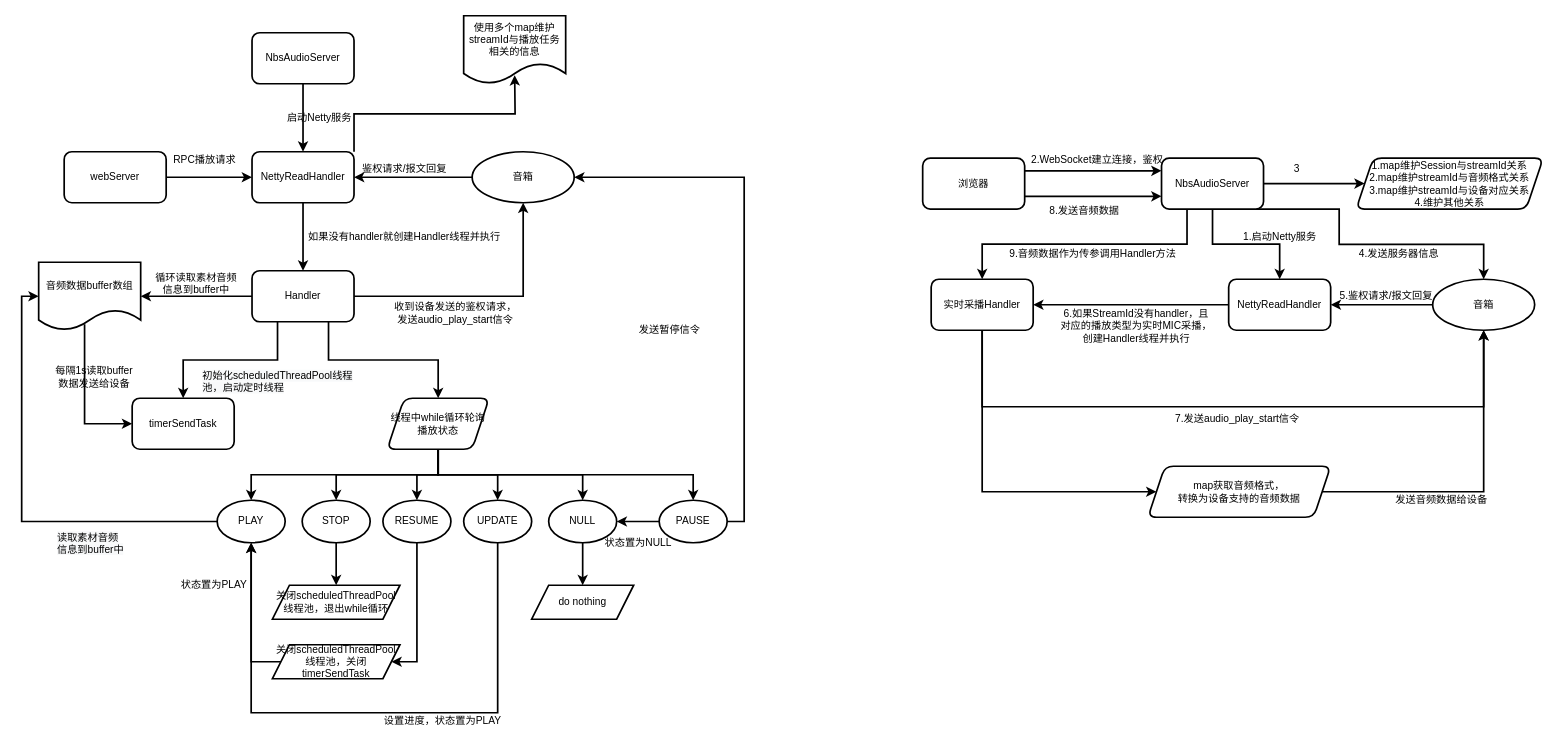
Before: audio-server-code-design.drawio in gongshiyun/drawio, a draw.io diagram. Source tidied: cells renumbered, new cells numbered last; positions are measured from the earlier drawing's top-left corner, leaving out a move shared by most shapes. Both pictures are drawn from the tidied source at 85%, with x=0, y=0 at pixel (38, 15).
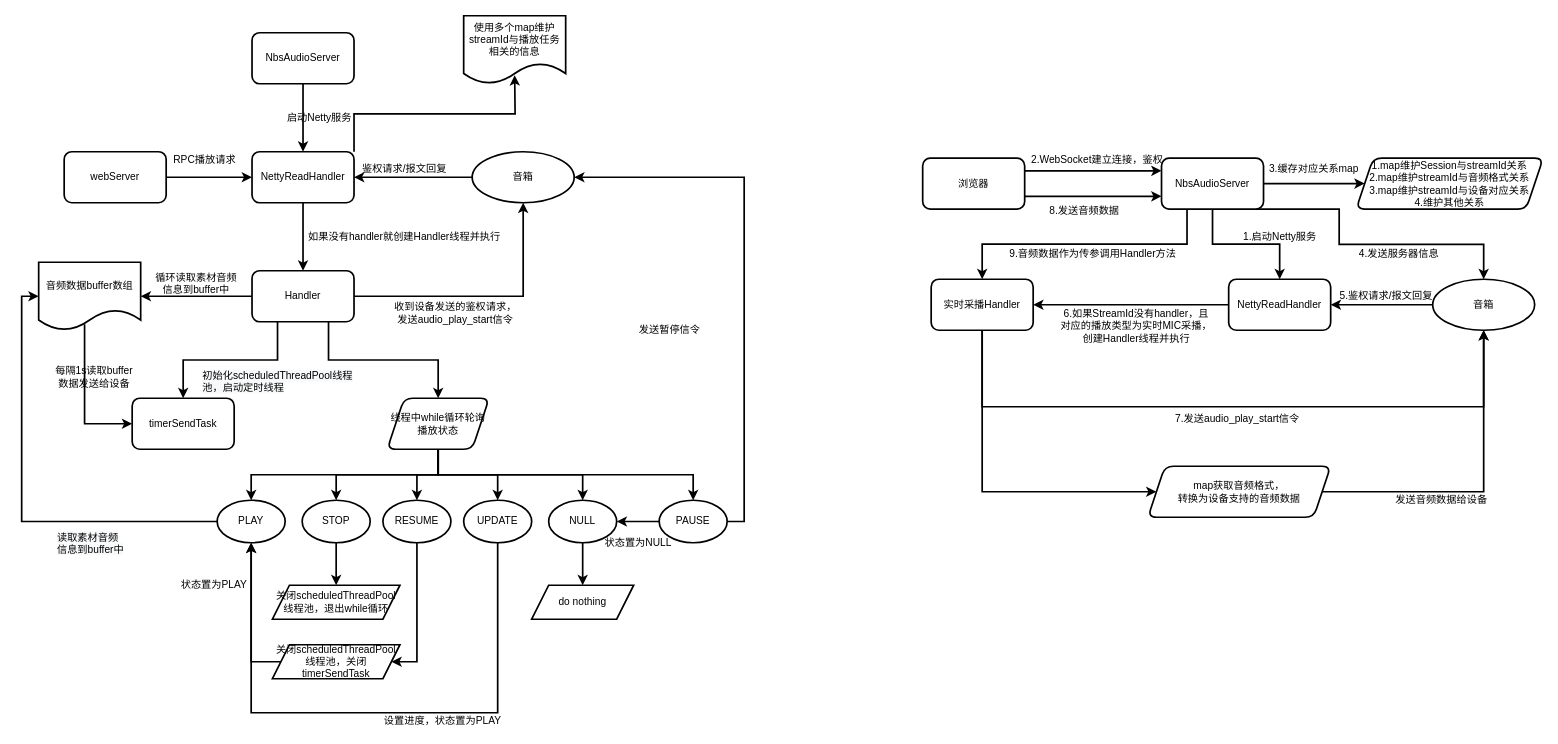
After the change.

Change to the diagram source:
```diff
@@
-    <mxCell id="79" value="3" style="text;html=1;align=center;verticalAlign=middle;" parent="1" vertex="1">
-      <mxGeometry x="1470" y="170" width="20" height="20" as="geometry" />
+    <mxCell id="79" value="3.缓存对应关系map" style="text;html=1;align=center;verticalAlign=middle;" parent="1" vertex="1">
+      <mxGeometry x="1440" y="170" width="120" height="20" as="geometry" />
     </mxCell>
```
